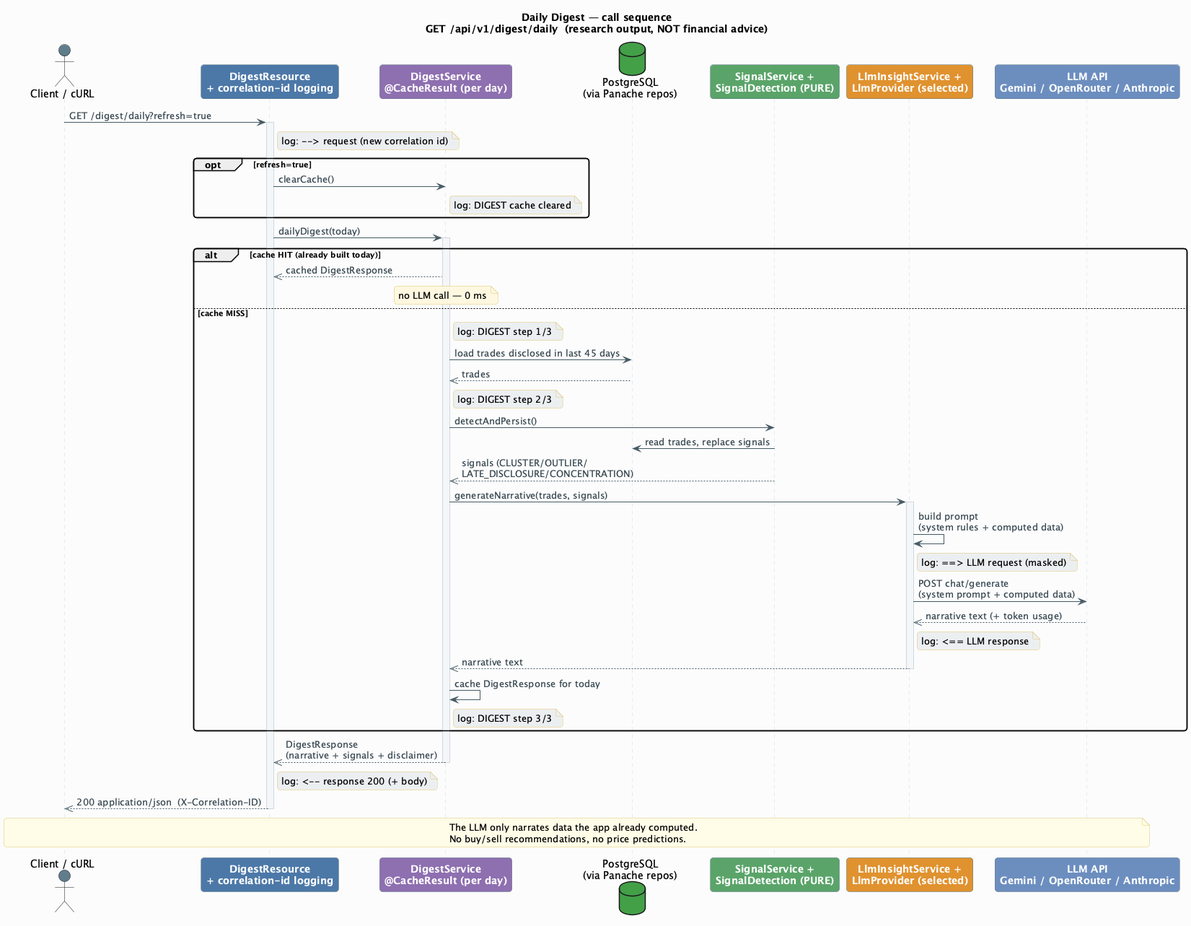
This is docs/sequence-digest.png from ksktechai/congress-trade-watcher, a PlantUML export, as it was before one commit.
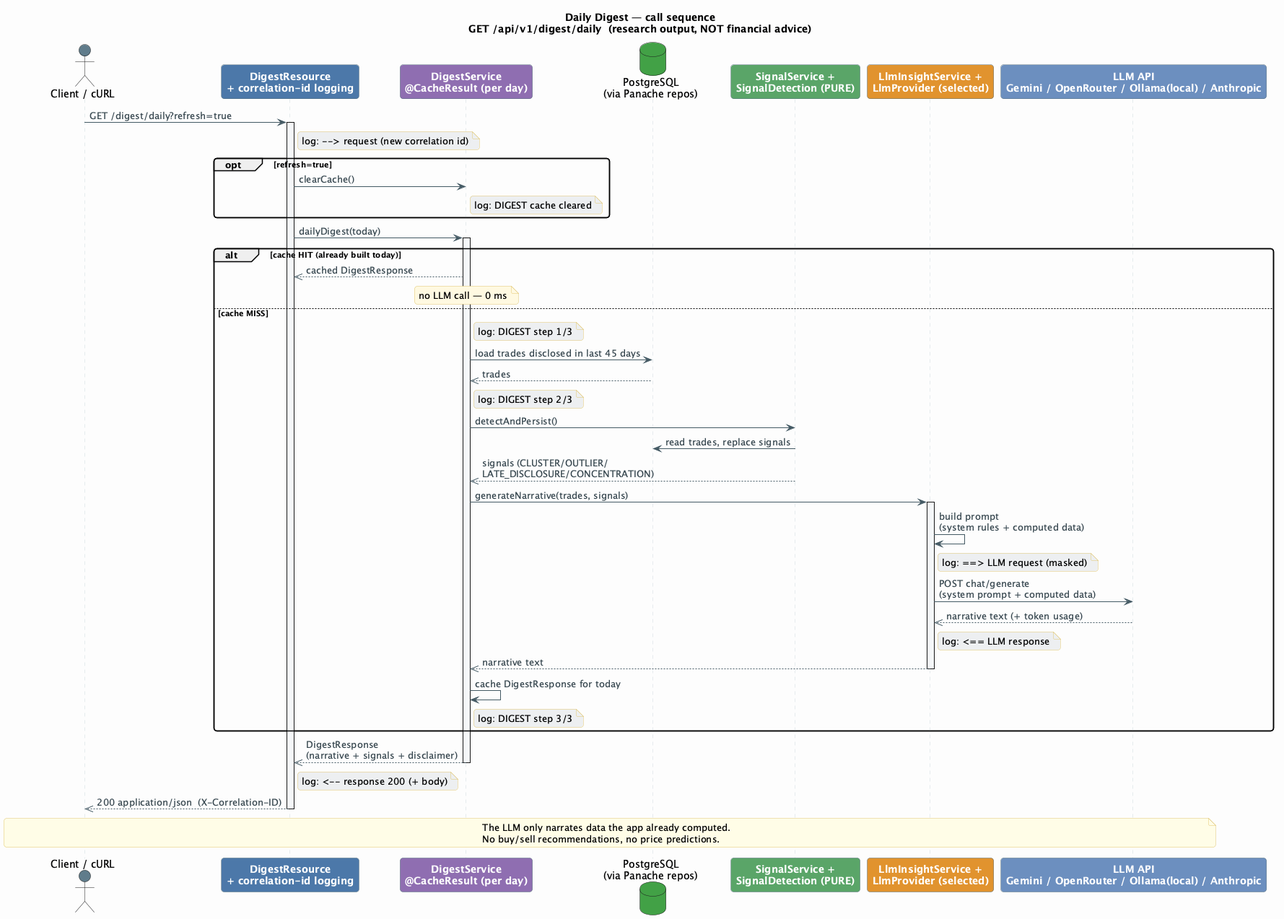
Above is the later version.

What changed in the source:
```diff
@@ -22,7 +22,7 @@
 database "PostgreSQL\n(via Panache repos)" as DB #43A047
 participant "SignalService +\nSignalDetection (PURE)" as SG #5AA469
 participant "LlmInsightService +\nLlmProvider (selected)" as LM #E0922F
-participant "LLM API\nGemini / OpenRouter / Anthropic" as GEM #6C8EBF
+participant "LLM API\nGemini / OpenRouter / Ollama(local) / Anthropic" as GEM #6C8EBF
 
 C -> API: GET /digest/daily?refresh=true
 activate API
```
